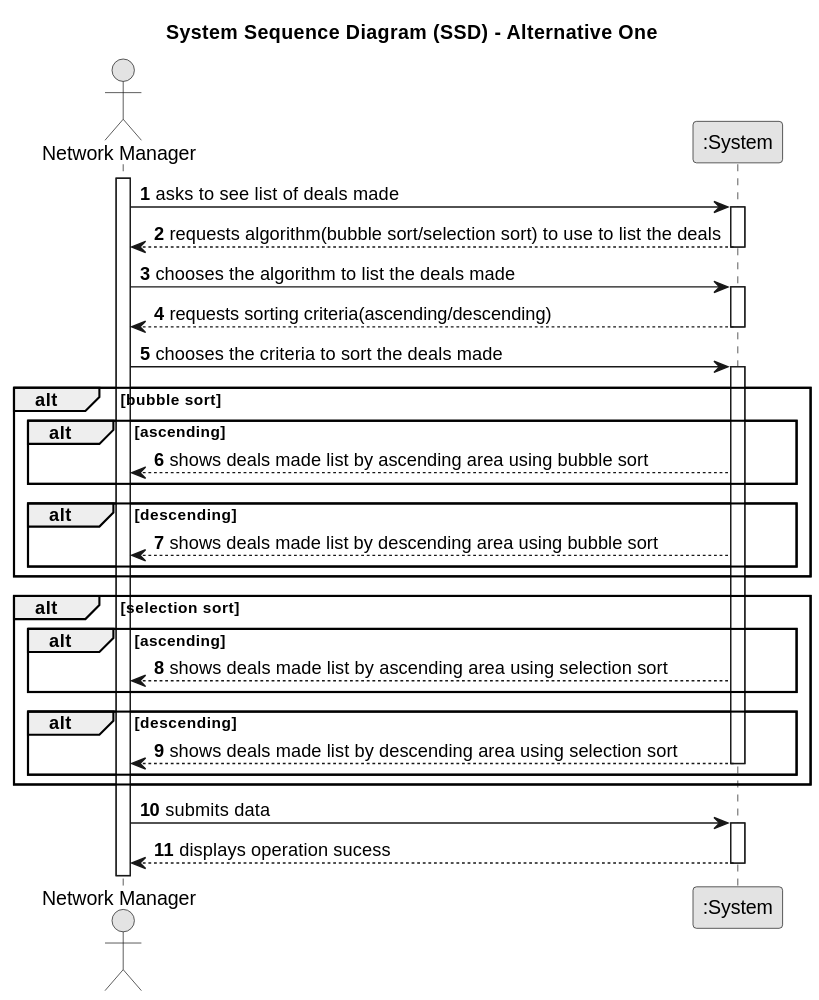
Earlier version of the PlantUML export docs/sprintD/US017/01.requirements-engineering/svg/us17-system-sequence-diagram.svg (PureNimble/ISEP-LAPR2). Source of this version:
```plantuml
@startuml
skinparam monochrome true
skinparam packageStyle rectangle
skinparam shadowing false

title System Sequence Diagram (SSD) - Alternative One

autonumber

actor "Network Manager" as NetworkManager
participant ":System" as System

activate NetworkManager

    NetworkManager -> System : asks to see list of deals made
    activate System

        System --> NetworkManager : requests algorithm(bubble sort/selection sort) to use to list the deals
    deactivate System

    NetworkManager -> System : chooses the algorithm to list the deals made
        activate System

         System --> NetworkManager : requests sorting criteria(ascending/descending)
        deactivate System

        NetworkManager -> System : chooses the criteria to sort the deals made
                activate System

alt bubble sort

alt ascending

        System --> NetworkManager : shows deals made list by ascending area using bubble sort


end

   alt descending

           System --> NetworkManager : shows deals made list by descending area using bubble sort


   end

end

alt selection sort

alt ascending

        System --> NetworkManager : shows deals made list by ascending area using selection sort


end

   alt descending

           System --> NetworkManager : shows deals made list by descending area using selection sort
       deactivate System

   end

end



   NetworkManager -> System : submits data
   activate System

   System --> NetworkManager : displays operation sucess
   deactivate System
@enduml
```
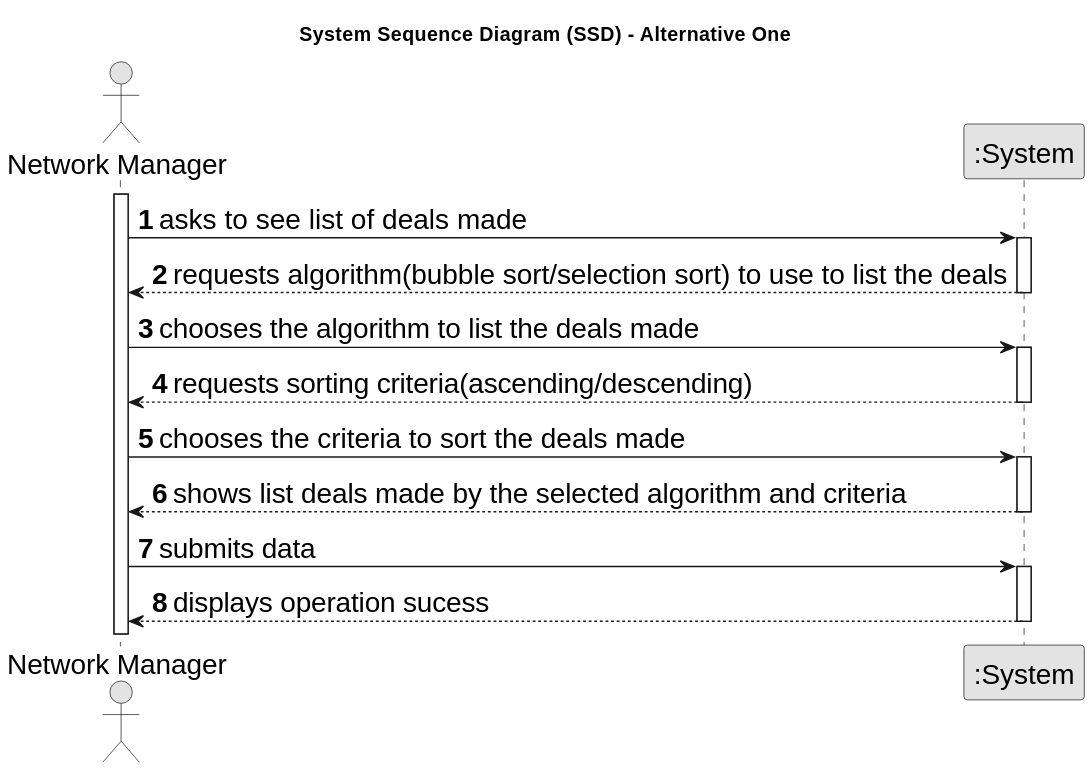
Later version of the same file.

Change to the diagram source:
```diff
@@ -1,4 +1,5 @@
 @startuml
+skinparamlocked defaultFontSize 20
 skinparam monochrome true
 skinparam packageStyle rectangle
 skinparam shadowing false
@@ -27,42 +28,8 @@
         NetworkManager -> System : chooses the criteria to sort the deals made
                 activate System
 
-alt bubble sort
-
-alt ascending
-
-        System --> NetworkManager : shows deals made list by ascending area using bubble sort
-
-
-end
-
-   alt descending
-
-           System --> NetworkManager : shows deals made list by descending area using bubble sort
-
-
-   end
-
-end
-
-alt selection sort
-
-alt ascending
-
-        System --> NetworkManager : shows deals made list by ascending area using selection sort
-
-
-end
-
-   alt descending
-
-           System --> NetworkManager : shows deals made list by descending area using selection sort
+           System --> NetworkManager : shows list deals made by the selected algorithm and criteria
        deactivate System
-
-   end
-
-end
-
 
 
    NetworkManager -> System : submits data
```
